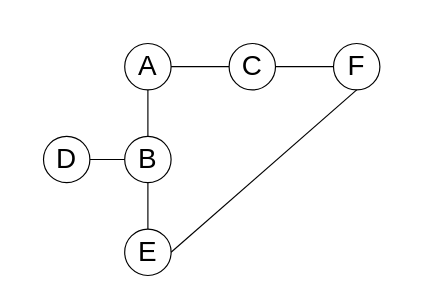
zhuoyin326/LeetCode keeps this draw.io diagram as graph.dio. Above is the earlier version. Source tidied: cells renumbered, new cells numbered last; positions are measured from the earlier drawing's top-left corner, leaving out a move shared by most shapes. Both pictures are drawn from the tidied source at 116%, with x=0, y=0 at pixel (43, 43).
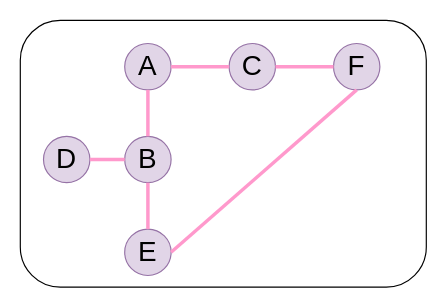
After the change.

Commit message:
finalized the graph

Diff of the diagram source:
```diff
@@
 <mxGraphModel>
   <root>
     <mxCell id="0" />
     <mxCell id="1" parent="0" />
+    <mxCell id="14" style="rounded=1;whiteSpace=wrap;html=1;fontSize=24;" parent="1" vertex="1">
+      <mxGeometry x="-20" y="-20" width="350" height="230" as="geometry" />
+    </mxCell>
-    <mxCell id="2" value="&lt;font style=&quot;font-size: 24px;&quot;&gt;A&lt;/font&gt;" style="ellipse;whiteSpace=wrap;html=1;" parent="1" vertex="1">
+    <mxCell id="2" value="&lt;font style=&quot;font-size: 24px;&quot;&gt;A&lt;/font&gt;" style="ellipse;whiteSpace=wrap;html=1;fillColor=#e1d5e7;strokeColor=#9673a6;" parent="1" vertex="1">
       <mxGeometry x="70" width="40" height="40" as="geometry" />
     </mxCell>
-    <mxCell id="3" value="&lt;span style=&quot;font-size: 24px;&quot;&gt;B&lt;/span&gt;" style="ellipse;whiteSpace=wrap;html=1;" parent="1" vertex="1">
+    <mxCell id="3" value="&lt;span style=&quot;font-size: 24px;&quot;&gt;B&lt;/span&gt;" style="ellipse;whiteSpace=wrap;html=1;fillColor=#e1d5e7;strokeColor=#9673a6;" parent="1" vertex="1">
       <mxGeometry x="70" y="80" width="40" height="40" as="geometry" />
     </mxCell>
-    <mxCell id="4" value="&lt;font style=&quot;font-size: 24px;&quot;&gt;C&lt;/font&gt;" style="ellipse;whiteSpace=wrap;html=1;" parent="1" vertex="1">
+    <mxCell id="4" value="&lt;font style=&quot;font-size: 24px;&quot;&gt;C&lt;/font&gt;" style="ellipse;whiteSpace=wrap;html=1;fillColor=#e1d5e7;strokeColor=#9673a6;" parent="1" vertex="1">
       <mxGeometry x="160" width="40" height="40" as="geometry" />
     </mxCell>
-    <mxCell id="5" value="&lt;font style=&quot;font-size: 24px;&quot;&gt;E&lt;/font&gt;" style="ellipse;whiteSpace=wrap;html=1;" parent="1" vertex="1">
+    <mxCell id="5" value="&lt;font style=&quot;font-size: 24px;&quot;&gt;E&lt;/font&gt;" style="ellipse;whiteSpace=wrap;html=1;fillColor=#e1d5e7;strokeColor=#9673a6;" parent="1" vertex="1">
       <mxGeometry x="70" y="160" width="40" height="40" as="geometry" />
     </mxCell>
-    <mxCell id="6" value="&lt;font style=&quot;font-size: 24px;&quot;&gt;D&lt;/font&gt;" style="ellipse;whiteSpace=wrap;html=1;" parent="1" vertex="1">
+    <mxCell id="6" value="&lt;font style=&quot;font-size: 24px;&quot;&gt;D&lt;/font&gt;" style="ellipse;whiteSpace=wrap;html=1;fillColor=#e1d5e7;strokeColor=#9673a6;" parent="1" vertex="1">
       <mxGeometry y="80" width="40" height="40" as="geometry" />
     </mxCell>
-    <mxCell id="7" style="endArrow=none;html=1;fontSize=24;entryX=0.5;entryY=1;entryDx=0;entryDy=0;exitX=0.5;exitY=0;exitDx=0;exitDy=0;" parent="1" edge="1" source="3" target="2">
+    <mxCell id="7" style="endArrow=none;html=1;fontSize=24;entryX=0.5;entryY=1;entryDx=0;entryDy=0;exitX=0.5;exitY=0;exitDx=0;exitDy=0;strokeWidth=3;strokeColor=#FF99CC;" parent="1" edge="1" source="3" target="2">
       <mxGeometry relative="1" as="geometry" />
     </mxCell>
-    <mxCell id="8" style="endArrow=none;html=1;fontSize=24;exitX=1;exitY=0.5;exitDx=0;exitDy=0;entryX=0;entryY=0.5;entryDx=0;entryDy=0;" parent="1" edge="1" source="2" target="4">
+    <mxCell id="8" style="endArrow=none;html=1;fontSize=24;exitX=1;exitY=0.5;exitDx=0;exitDy=0;entryX=0;entryY=0.5;entryDx=0;entryDy=0;strokeWidth=3;strokeColor=#FF99CC;" parent="1" edge="1" source="2" target="4">
       <mxGeometry relative="1" as="geometry" />
     </mxCell>
-    <mxCell id="9" style="endArrow=none;html=1;fontSize=24;exitX=0;exitY=0.5;exitDx=0;exitDy=0;" parent="1" edge="1" source="3">
+    <mxCell id="9" style="endArrow=none;html=1;fontSize=24;exitX=0;exitY=0.5;exitDx=0;exitDy=0;strokeWidth=3;strokeColor=#FF99CC;" parent="1" edge="1" source="3">
       <mxGeometry relative="1" as="geometry">
         <mxPoint x="40" y="100" as="targetPoint" />
       </mxGeometry>
     </mxCell>
-    <mxCell id="10" style="endArrow=none;html=1;fontSize=24;exitX=0.5;exitY=1;exitDx=0;exitDy=0;entryX=0.5;entryY=0;entryDx=0;entryDy=0;" parent="1" edge="1" source="3" target="5">
+    <mxCell id="10" style="endArrow=none;html=1;fontSize=24;exitX=0.5;exitY=1;exitDx=0;exitDy=0;entryX=0.5;entryY=0;entryDx=0;entryDy=0;strokeWidth=3;strokeColor=#FF99CC;" parent="1" edge="1" source="3" target="5">
       <mxGeometry relative="1" as="geometry" />
     </mxCell>
-    <mxCell id="11" value="&lt;font style=&quot;font-size: 24px;&quot;&gt;F&lt;/font&gt;" style="ellipse;whiteSpace=wrap;html=1;" parent="1" vertex="1">
+    <mxCell id="11" value="&lt;font style=&quot;font-size: 24px;&quot;&gt;F&lt;/font&gt;" style="ellipse;whiteSpace=wrap;html=1;fillColor=#e1d5e7;strokeColor=#9673a6;" parent="1" vertex="1">
       <mxGeometry x="250" width="40" height="40" as="geometry" />
     </mxCell>
-    <mxCell id="12" style="endArrow=none;html=1;fontSize=24;exitX=1;exitY=0.5;exitDx=0;exitDy=0;entryX=0;entryY=0.5;entryDx=0;entryDy=0;" parent="1" edge="1" source="4" target="11">
+    <mxCell id="12" style="endArrow=none;html=1;fontSize=24;exitX=1;exitY=0.5;exitDx=0;exitDy=0;entryX=0;entryY=0.5;entryDx=0;entryDy=0;strokeWidth=3;strokeColor=#FF99CC;" parent="1" edge="1" source="4" target="11">
       <mxGeometry relative="1" as="geometry" />
     </mxCell>
-    <mxCell id="13" style="endArrow=none;html=1;fontSize=24;exitX=1;exitY=0.5;exitDx=0;exitDy=0;entryX=0.5;entryY=1;entryDx=0;entryDy=0;" parent="1" edge="1" source="5" target="11">
+    <mxCell id="13" style="endArrow=none;html=1;fontSize=24;exitX=1;exitY=0.5;exitDx=0;exitDy=0;entryX=0.5;entryY=1;entryDx=0;entryDy=0;strokeWidth=3;strokeColor=#FF99CC;" parent="1" edge="1" source="5" target="11">
       <mxGeometry relative="1" as="geometry" />
     </mxCell>
   </root>
 </mxGraphModel>
```
